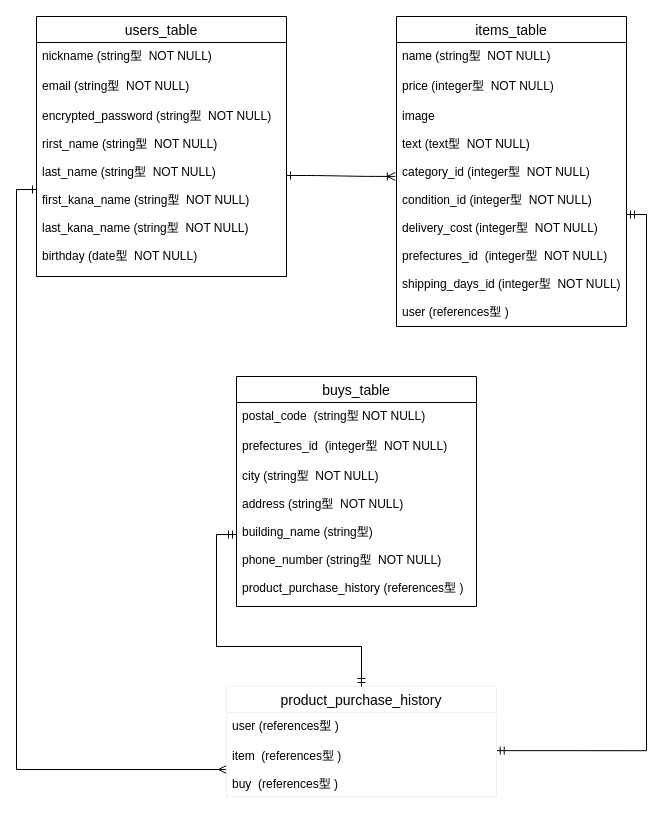
ko25252929/furima-33534 keeps this draw.io diagram as furima_data1.dio. Above is the earlier version. Source tidied: cells renumbered, new cells numbered last; positions are measured from the earlier drawing's top-left corner, leaving out a move shared by most shapes. Both pictures are drawn from the tidied source at 100%, with x=0, y=0 at pixel (36, 16).
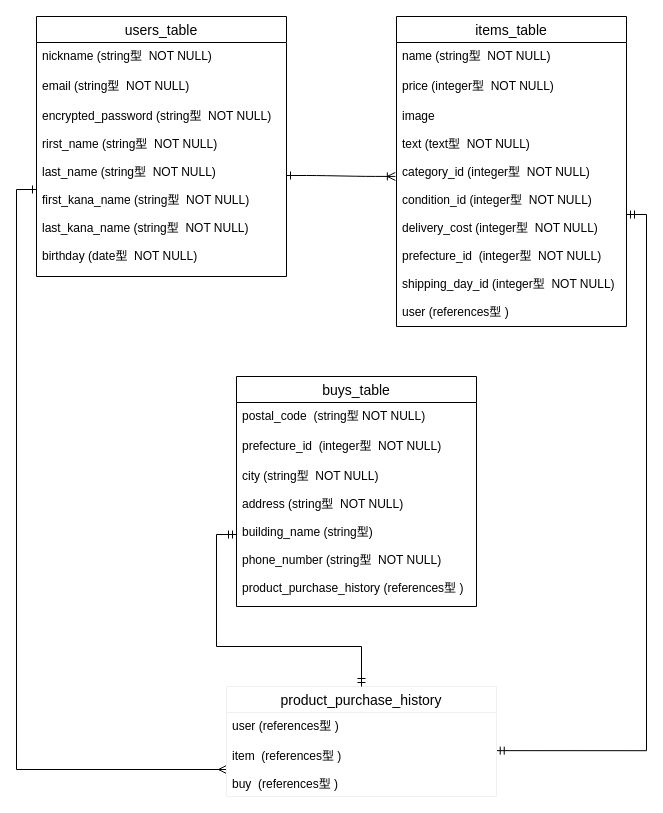
The same page after the edit.

Unchanged cells that the change refers to:
```xml
<mxCell id="6" value="items_table" style="swimlane;fontStyle=0;horizontal=1;startSize=26;align=center;fontSize=14;" parent="1" vertex="1">
  <mxGeometry x="360" width="230" height="310" as="geometry" />
</mxCell>
<mxCell id="10" value="buys_table" style="swimlane;fontStyle=0;horizontal=1;startSize=26;align=center;fontSize=14;" parent="1" vertex="1">
  <mxGeometry x="200" y="360" width="240" height="230" as="geometry" />
</mxCell>
```

Diff of the diagram source:
```diff
@@
-    <mxCell id="9" value="image&#10;&#10;text (text型  NOT NULL)&#10;&#10;category_id (integer型  NOT NULL)&#10;&#10;condition_id (integer型  NOT NULL)&#10;&#10;delivery_cost (integer型  NOT NULL)&#10;&#10;prefectures_id  (integer型  NOT NULL)&#10;&#10;shipping_days_id (integer型  NOT NULL)&#10;&#10;user (references型 )&#10;&#10;" style="text;strokeColor=none;fillColor=none;spacingLeft=4;spacingRight=4;overflow=hidden;points=[[0,0.5],[1,0.5]];portConstraint=eastwest;fontSize=12;" parent="6" vertex="1">
+    <mxCell id="9" value="image&#10;&#10;text (text型  NOT NULL)&#10;&#10;category_id (integer型  NOT NULL)&#10;&#10;condition_id (integer型  NOT NULL)&#10;&#10;delivery_cost (integer型  NOT NULL)&#10;&#10;prefecture_id  (integer型  NOT NULL)&#10;&#10;shipping_day_id (integer型  NOT NULL)&#10;&#10;user (references型 )&#10;&#10;" style="text;strokeColor=none;fillColor=none;spacingLeft=4;spacingRight=4;overflow=hidden;points=[[0,0.5],[1,0.5]];portConstraint=eastwest;fontSize=12;" parent="6" vertex="1">
       <mxGeometry y="86" width="230" height="224" as="geometry" />
     </mxCell>
@@
-    <mxCell id="12" value="prefectures_id  (integer型  NOT NULL)" style="text;strokeColor=none;fillColor=none;spacingLeft=4;spacingRight=4;overflow=hidden;fontSize=12;" parent="10" vertex="1">
+    <mxCell id="12" value="prefecture_id  (integer型  NOT NULL)" style="text;strokeColor=none;fillColor=none;spacingLeft=4;spacingRight=4;overflow=hidden;fontSize=12;" parent="10" vertex="1">
       <mxGeometry y="56" width="240" height="30" as="geometry" />
     </mxCell>
```
